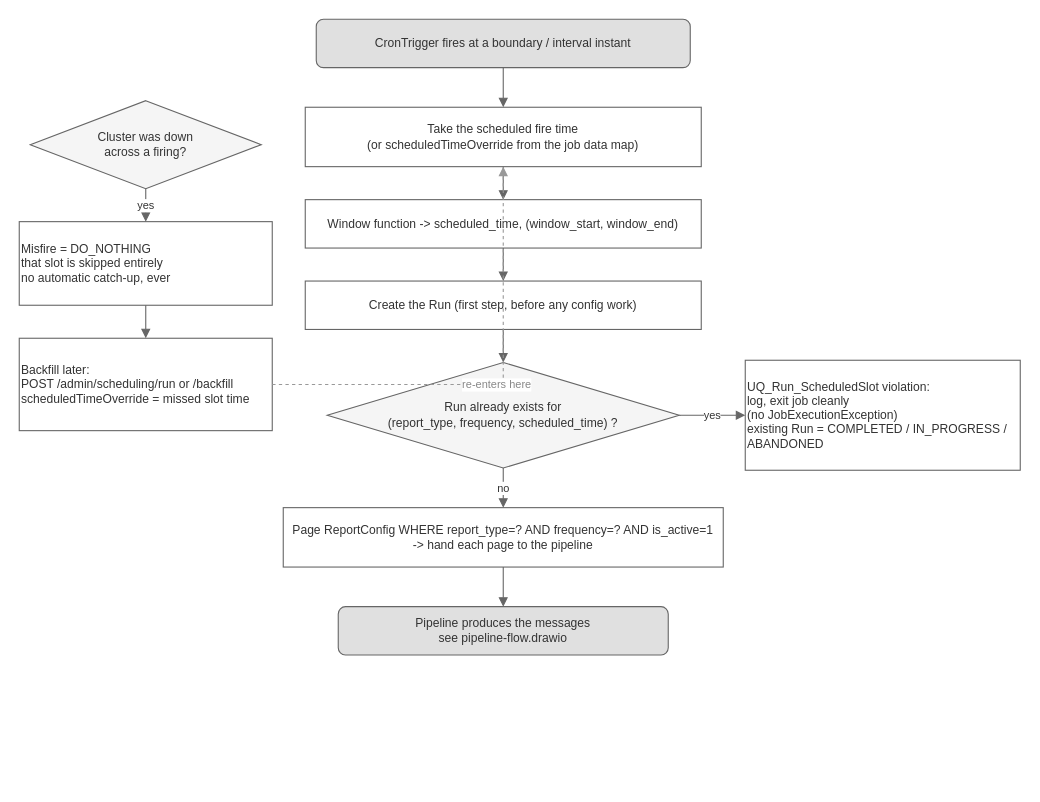
vijaykumarn/research keeps this draw.io diagram as page "2 - Scheduled job lifecycle" (2 of 4) of supervisor-project/02-design/scheduling/scheduling-flow.drawio. Above is the earlier version. Source tidied: cells renumbered, new cells numbered last; positions are measured from the earlier drawing's top-left corner, leaving out a move shared by most shapes. Both pictures are drawn from the tidied source at 110%, with x=0, y=0 at pixel (19, 19).
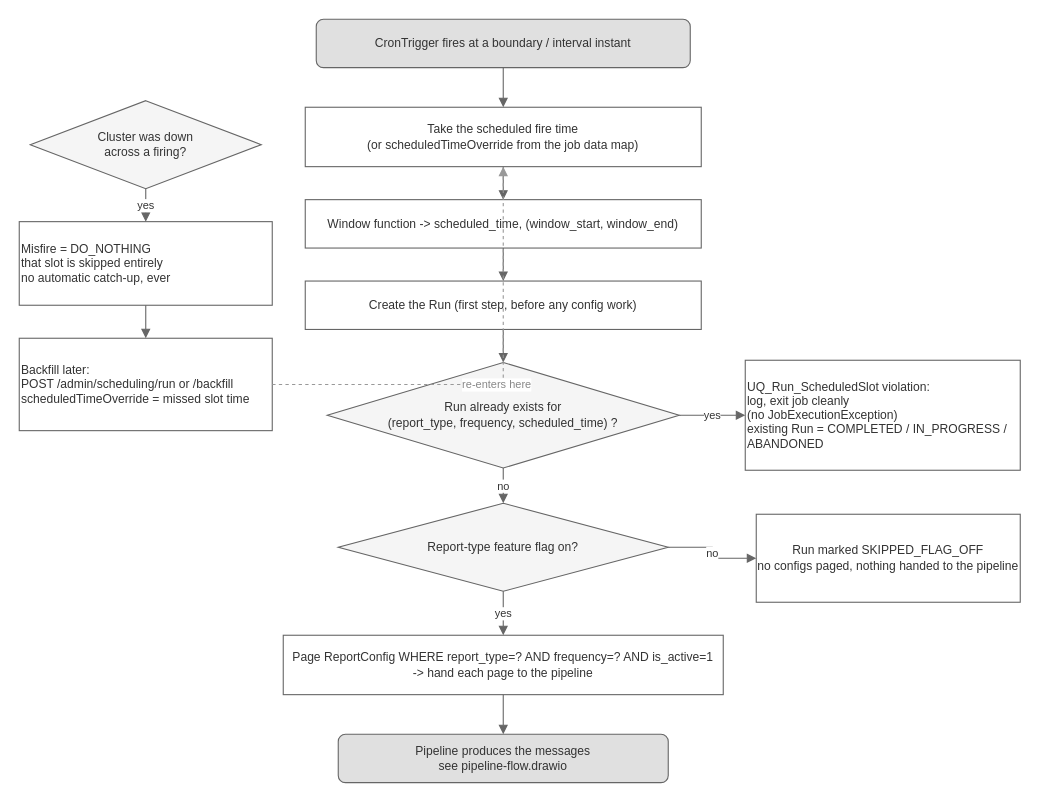
After the change.

The change refers to these unchanged cells:
```xml
<mxCell id="6" value="Run already exists for&#10;(report_type, frequency, scheduled_time) ?" style="rhombus;whiteSpace=wrap;html=1;fillColor=#f5f5f5;strokeColor=#666666;fontColor=#333333;fontSize=11;" parent="1" vertex="1">
  <mxGeometry x="280" y="312" width="320" height="96" as="geometry" />
</mxCell>
```

Diff of the diagram source:
```diff
@@
     <mxCell id="8" value="Page ReportConfig WHERE report_type=? AND frequency=? AND is_active=1&#10;-&gt; hand each page to the pipeline" style="rounded=0;whiteSpace=wrap;html=1;fillColor=#ffffff;strokeColor=#666666;fontColor=#333333;fontSize=11;" parent="1" vertex="1">
-      <mxGeometry x="240" y="444" width="400" height="54" as="geometry" />
+      <mxGeometry x="240" y="560" width="400" height="54" as="geometry" />
     </mxCell>
     <mxCell id="9" value="Pipeline produces the messages&#10;see pipeline-flow.drawio" style="rounded=1;whiteSpace=wrap;html=1;fillColor=#e0e0e0;strokeColor=#666666;fontColor=#333333;fontSize=11;" parent="1" vertex="1">
-      <mxGeometry x="290" y="534" width="300" height="44" as="geometry" />
+      <mxGeometry x="290" y="650" width="300" height="44" as="geometry" />
     </mxCell>
@@
-    <mxCell id="18" value="no" style="edgeStyle=orthogonalEdgeStyle;rounded=0;html=1;strokeColor=#666666;endArrow=block;fontColor=#333333;fontSize=10;" parent="1" edge="1" source="6" target="8">
+    <mxCell id="18" value="no" style="edgeStyle=orthogonalEdgeStyle;rounded=0;html=1;strokeColor=#666666;endArrow=block;fontColor=#333333;fontSize=10;" parent="1" edge="1" source="6" target="23">
       <mxGeometry relative="1" as="geometry" />
     </mxCell>
@@
+    <mxCell id="23" value="Report-type feature flag on?" style="rhombus;whiteSpace=wrap;html=1;fillColor=#f5f5f5;strokeColor=#666666;fontColor=#333333;fontSize=11;" parent="1" vertex="1">
+      <mxGeometry x="290" y="440" width="300" height="80" as="geometry" />
+    </mxCell>
+    <mxCell id="24" value="Run marked SKIPPED_FLAG_OFF&#10;no configs paged, nothing handed to the pipeline" style="rounded=0;whiteSpace=wrap;html=1;fillColor=#ffffff;strokeColor=#666666;fontColor=#333333;fontSize=11;" parent="1" vertex="1">
+      <mxGeometry x="670" y="450" width="240" height="80" as="geometry" />
+    </mxCell>
+    <mxCell id="25" value="no" style="edgeStyle=orthogonalEdgeStyle;rounded=0;html=1;strokeColor=#666666;endArrow=block;fontColor=#333333;fontSize=10;" parent="1" edge="1" source="23" target="24">
+      <mxGeometry relative="1" as="geometry" />
+    </mxCell>
+    <mxCell id="26" value="yes" style="edgeStyle=orthogonalEdgeStyle;rounded=0;html=1;strokeColor=#666666;endArrow=block;fontColor=#333333;fontSize=10;" parent="1" edge="1" source="23" target="8">
+      <mxGeometry relative="1" as="geometry" />
+    </mxCell>
```
